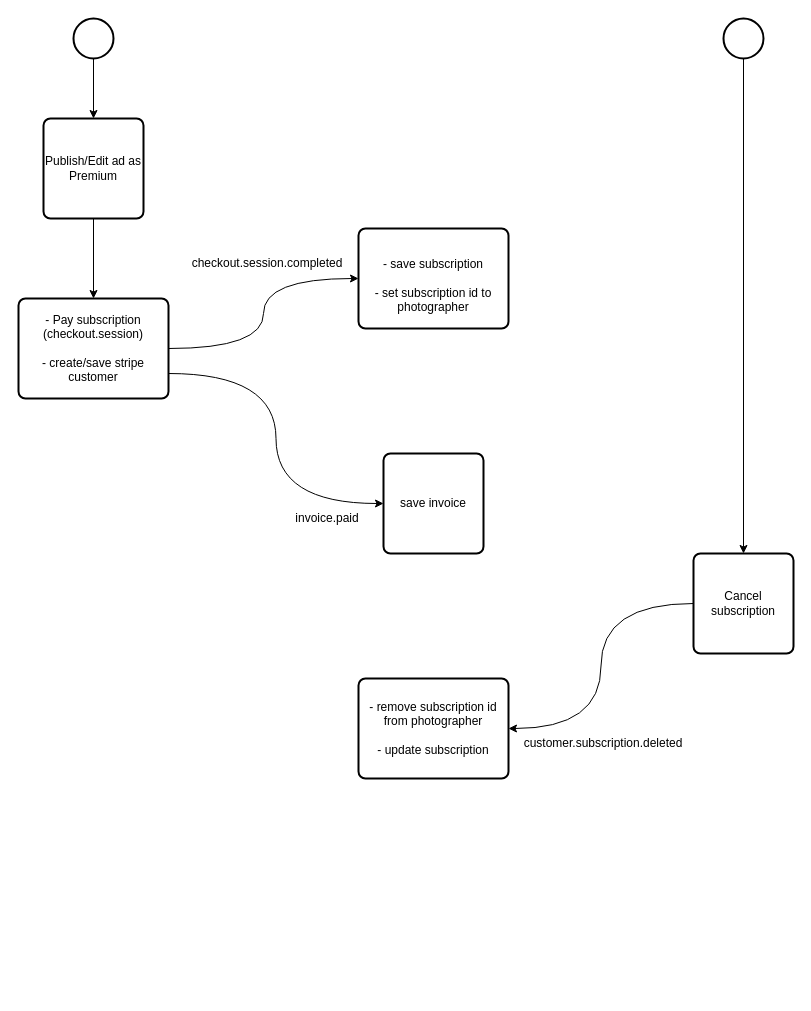
tonikny/drawio keeps this draw.io diagram as page "Pàgina-1" (1 of 2) of PremiumProcess.drawio. Above is the earlier version. Source tidied: cells renumbered, new cells numbered last; positions are measured from the earlier drawing's top-left corner, leaving out a move shared by most shapes. Both pictures are drawn from the tidied source at 100%, with x=0, y=0 at pixel (18, 18).
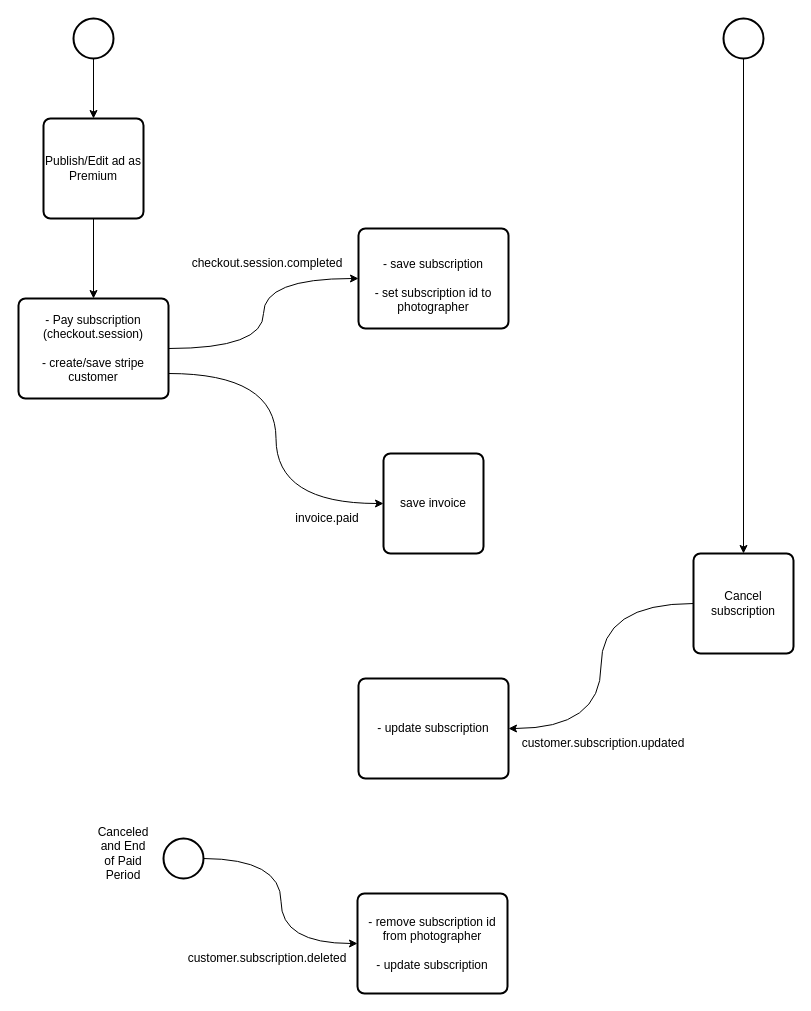
After the change.

What changed in the source:
```diff
@@
-    <mxCell id="13" value="&lt;div align=&quot;center&quot;&gt;- remove subscription id from photographer&lt;/div&gt;&lt;div align=&quot;center&quot;&gt;&lt;br&gt;&lt;/div&gt;&lt;div align=&quot;center&quot;&gt;- update subscription&lt;br&gt;&lt;/div&gt;" style="rounded=1;whiteSpace=wrap;html=1;absoluteArcSize=1;arcSize=14;strokeWidth=2;align=center;labelBackgroundColor=none;" parent="1" vertex="1">
+    <mxCell id="13" value="&lt;div align=&quot;center&quot;&gt;- update subscription&lt;br&gt;&lt;/div&gt;" style="rounded=1;whiteSpace=wrap;html=1;absoluteArcSize=1;arcSize=14;strokeWidth=2;align=center;labelBackgroundColor=none;" parent="1" vertex="1">
       <mxGeometry x="340" y="660" width="150" height="100" as="geometry" />
     </mxCell>
@@
-    <mxCell id="15" value="customer.subscription.deleted" style="text;html=1;align=center;verticalAlign=middle;whiteSpace=wrap;rounded=0;labelBackgroundColor=none;" parent="1" vertex="1">
+    <mxCell id="15" value="customer.subscription.updated" style="text;html=1;align=center;verticalAlign=middle;whiteSpace=wrap;rounded=0;labelBackgroundColor=none;" parent="1" vertex="1">
       <mxGeometry x="555" y="710" width="60" height="30" as="geometry" />
     </mxCell>
@@
+    <mxCell id="19" style="curved=1;endArrow=classic;html=1;rounded=0;entryX=0;entryY=0.5;entryDx=0;entryDy=0;edgeStyle=orthogonalEdgeStyle;labelBackgroundColor=none;fontColor=default;" parent="1" edge="1" target="20">
+      <mxGeometry relative="1" as="geometry">
+        <mxPoint x="185" y="840" as="sourcePoint" />
+      </mxGeometry>
+    </mxCell>
+    <mxCell id="20" value="&lt;div align=&quot;center&quot;&gt;- remove subscription id from photographer&lt;/div&gt;&lt;div align=&quot;center&quot;&gt;&lt;br&gt;&lt;/div&gt;&lt;div align=&quot;center&quot;&gt;- update subscription&lt;br&gt;&lt;/div&gt;" style="rounded=1;whiteSpace=wrap;html=1;absoluteArcSize=1;arcSize=14;strokeWidth=2;align=center;labelBackgroundColor=none;" parent="1" vertex="1">
+      <mxGeometry x="339" y="875" width="150" height="100" as="geometry" />
+    </mxCell>
+    <mxCell id="21" value="customer.subscription.deleted" style="text;html=1;align=center;verticalAlign=middle;whiteSpace=wrap;rounded=0;labelBackgroundColor=none;" parent="1" vertex="1">
+      <mxGeometry x="219" y="925" width="60" height="30" as="geometry" />
+    </mxCell>
+    <mxCell id="22" value="Canceled and End of Paid Period" style="text;html=1;align=center;verticalAlign=middle;whiteSpace=wrap;rounded=0;labelBackgroundColor=none;" parent="1" vertex="1">
+      <mxGeometry x="75" y="820" width="60" height="30" as="geometry" />
+    </mxCell>
+    <mxCell id="23" style="strokeWidth=2;html=1;shape=mxgraph.flowchart.start_2;whiteSpace=wrap;labelBackgroundColor=none;" parent="1" vertex="1">
+      <mxGeometry x="145" y="820" width="40" height="40" as="geometry" />
+    </mxCell>
```
